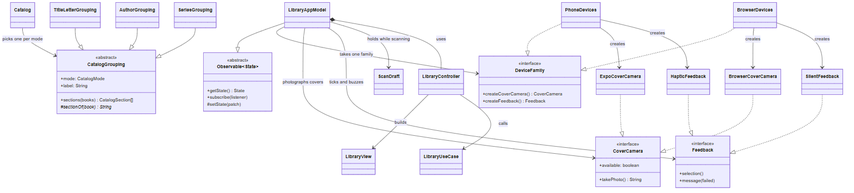
Before: docs/design/figures/class-presentation.png, a diagram exported from Mermaid (ghechavarria/cen5064-project-hechavarria). Its source is kept beside it as docs/design/diagrams/class-presentation.mmd.
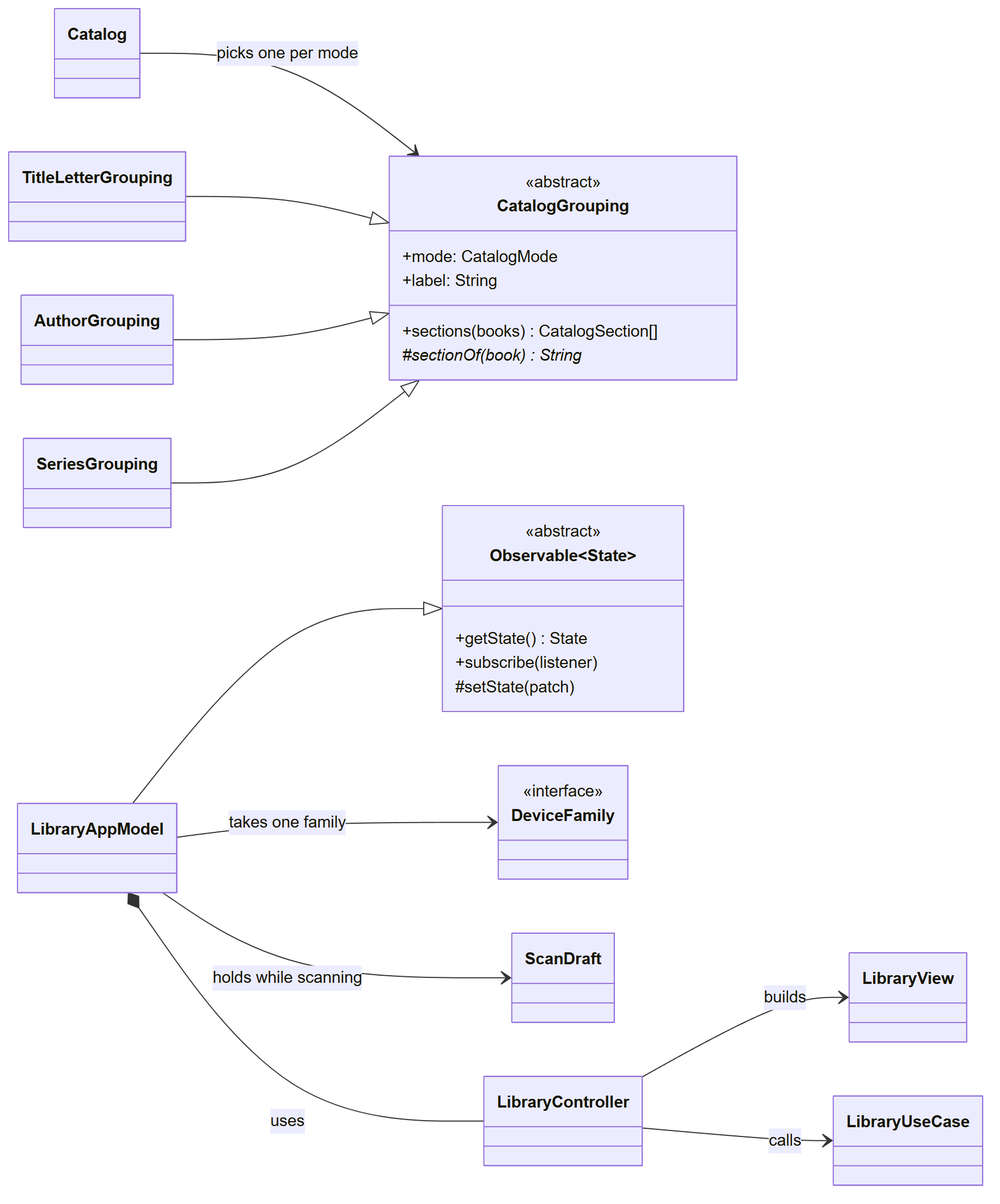
Later version of the same file.

Commit message:
Design doc: split the presentation class diagram so it is readable (2.6pt -> 7.7pt / 7.8pt printed)

What changed in the source:
```diff
@@ -1,24 +1,10 @@
 classDiagram
+    direction LR
     class Observable~State~ {
         <<abstract>>
         +getState() State
         +subscribe(listener)
         #setState(patch)
-    }
-    class CoverCamera {
-        <<interface>>
-        +available: boolean
-        +takePhoto() String
-    }
-    class Feedback {
-        <<interface>>
-        +selection()
-        +message(failed)
-    }
-    class DeviceFamily {
-        <<interface>>
-        +createCoverCamera() CoverCamera
-        +createFeedback() Feedback
     }
     class CatalogGrouping {
         <<abstract>>
@@ -27,20 +13,11 @@
         +sections(books) CatalogSection[]
         #sectionOf(book)* String
     }
+    class DeviceFamily {
+        <<interface>>
+    }
     LibraryAppModel --|> Observable~State~
     LibraryAppModel --> DeviceFamily : takes one family
-    LibraryAppModel --> CoverCamera : photographs covers
-    LibraryAppModel --> Feedback : ticks and buzzes
-    PhoneDevices ..|> DeviceFamily
-    BrowserDevices ..|> DeviceFamily
-    PhoneDevices --> ExpoCoverCamera : creates
-    PhoneDevices --> HapticFeedback : creates
-    BrowserDevices --> BrowserCoverCamera : creates
-    BrowserDevices --> SilentFeedback : creates
-    ExpoCoverCamera ..|> CoverCamera
-    BrowserCoverCamera ..|> CoverCamera
-    HapticFeedback ..|> Feedback
-    SilentFeedback ..|> Feedback
     LibraryAppModel --> ScanDraft : holds while scanning
     LibraryAppModel *-- LibraryController : uses
     LibraryController --> LibraryView : builds
```
